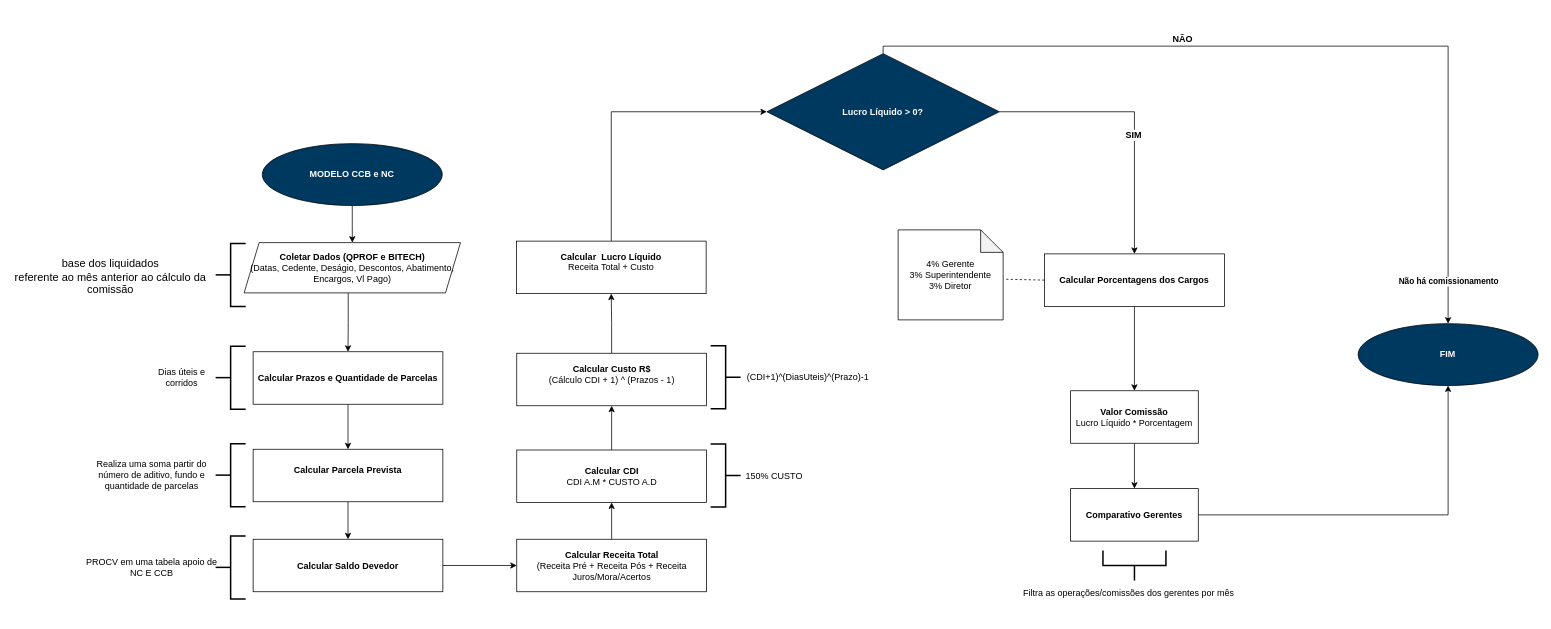
Earlier version of the draw.io diagram page "CCB E NC" (2 of 4) of FLUXOGRAMAS.drawio (henriquelima0/exercicios-fiap). Source tidied: cells renumbered, new cells numbered last; positions are measured from the earlier drawing's top-left corner, leaving out a move shared by most shapes. Both pictures are drawn from the tidied source at 75%, with x=0, y=0 at pixel (13, 46).
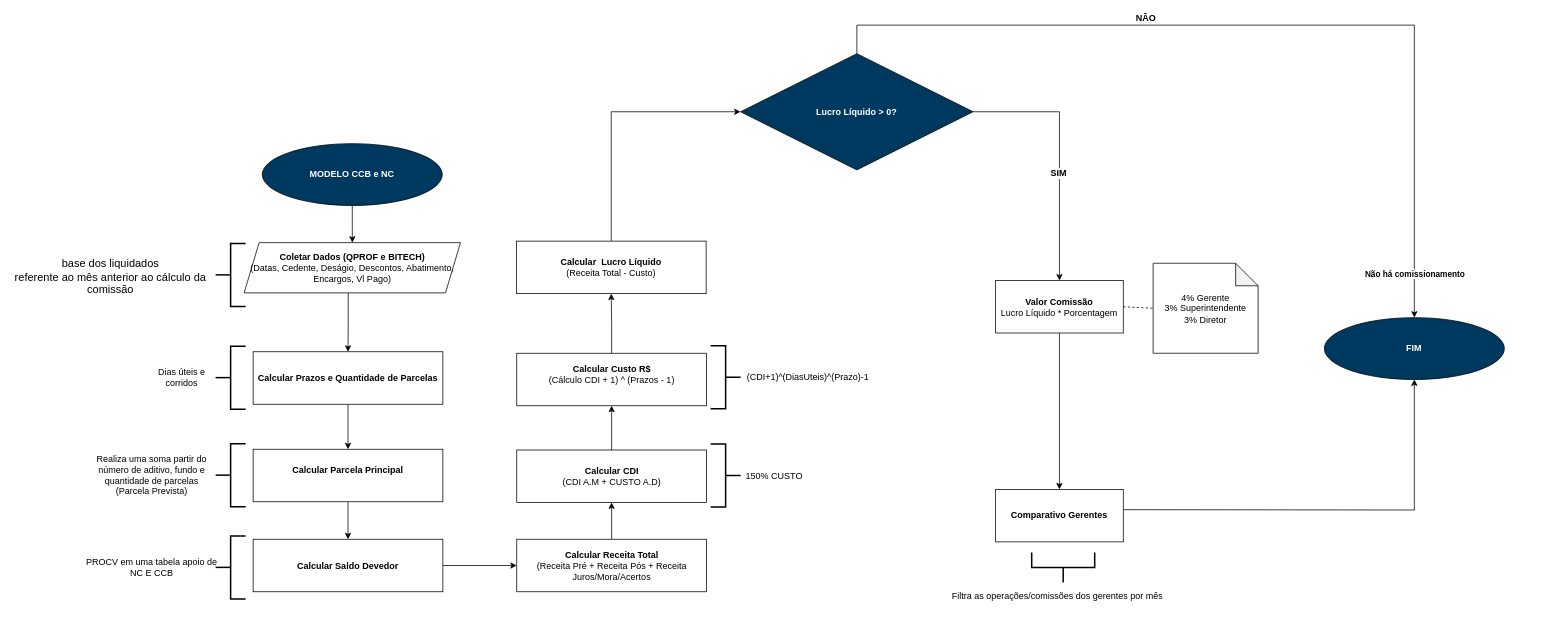
The same page after the edit.

Change to the diagram source:
```diff
@@
-    <mxCell id="5" value="Realiza uma soma partir do número de aditivo, fundo e quantidade de parcelas" style="text;html=1;align=center;verticalAlign=middle;whiteSpace=wrap;rounded=0;" parent="1" vertex="1">
+    <mxCell id="5" value="Realiza uma soma partir do número de aditivo, fundo e quantidade de parcelas&lt;br&gt;(Parcela Prevista)" style="text;html=1;align=center;verticalAlign=middle;whiteSpace=wrap;rounded=0;" parent="1" vertex="1">
       <mxGeometry x="90" y="539" width="190" height="66" as="geometry" />
     </mxCell>
@@
-    <mxCell id="13" value="&lt;b&gt;Calcular&amp;nbsp;&lt;/b&gt;&lt;b&gt;Parcela Prevista&lt;/b&gt;&lt;div&gt;&lt;br&gt;&lt;/div&gt;" style="rounded=0;whiteSpace=wrap;html=1;" parent="1" vertex="1">
+    <mxCell id="13" value="&lt;b&gt;Calcular&amp;nbsp;&lt;/b&gt;&lt;b&gt;Parcela Principal&lt;/b&gt;&lt;div&gt;&lt;br&gt;&lt;/div&gt;" style="rounded=0;whiteSpace=wrap;html=1;" parent="1" vertex="1">
       <mxGeometry x="320" y="537.5" width="253" height="70" as="geometry" />
     </mxCell>
@@
-    <mxCell id="17" value="&lt;b&gt;Calcular&amp;nbsp;&lt;/b&gt;&lt;b&gt;CDI&lt;/b&gt;&lt;div&gt;CDI A.M * CUSTO A.D&lt;/div&gt;" style="rounded=0;whiteSpace=wrap;html=1;" parent="1" vertex="1">
+    <mxCell id="17" value="&lt;b&gt;Calcular CDI&lt;br&gt;&lt;/b&gt;(CDI A.M + CUSTO A.D)" style="rounded=0;whiteSpace=wrap;html=1;" parent="1" vertex="1">
       <mxGeometry x="671.5" y="538.5" width="253" height="70" as="geometry" />
     </mxCell>
@@
     <mxCell id="22" style="edgeStyle=orthogonalEdgeStyle;rounded=0;jettySize=auto;html=1;entryX=0.5;entryY=0;entryDx=0;entryDy=0;exitX=0.5;exitY=0;exitDx=0;exitDy=0;" parent="1" edge="1" source="27" target="34">
       <mxGeometry relative="1" as="geometry">
         <Array as="points">
-          <mxPoint x="1160" />
-          <mxPoint x="1913" />
+          <mxPoint x="1125" y="-28" />
+          <mxPoint x="1868" y="-28" />
         </Array>
       </mxGeometry>
     </mxCell>
@@
-    <mxCell id="25" style="edgeStyle=orthogonalEdgeStyle;rounded=0;jettySize=auto;html=1;exitX=1;exitY=0.5;exitDx=0;exitDy=0;entryX=0.5;entryY=0;entryDx=0;entryDy=0;" parent="1" edge="1" source="27" target="45">
+    <mxCell id="25" style="edgeStyle=orthogonalEdgeStyle;rounded=0;jettySize=auto;html=1;exitX=1;exitY=0.5;exitDx=0;exitDy=0;entryX=0.5;entryY=0;entryDx=0;entryDy=0;" parent="1" edge="1" source="27" target="36">
       <mxGeometry relative="1" as="geometry" />
     </mxCell>
@@
     <mxCell id="27" value="&lt;font color=&quot;#ffffff&quot;&gt;&lt;b&gt;Lucro Líquido &amp;gt; 0?&lt;/b&gt;&lt;/font&gt;" style="rhombus;whiteSpace=wrap;html=1;fillColor=#003960;" parent="1" vertex="1">
-      <mxGeometry x="1005" y="10" width="310" height="155" as="geometry" />
+      <mxGeometry x="970" y="10" width="310" height="155" as="geometry" />
     </mxCell>
@@
-    <mxCell id="29" value="&lt;b&gt;Calcular&amp;nbsp;&amp;nbsp;&lt;/b&gt;&lt;b&gt;Lucro Líquido&lt;br&gt;&lt;/b&gt;Receita Total + Custo&lt;div&gt;&lt;br&gt;&lt;/div&gt;" style="rounded=0;whiteSpace=wrap;html=1;" parent="1" vertex="1">
+    <mxCell id="29" value="&lt;b&gt;Calcular&amp;nbsp;&amp;nbsp;&lt;/b&gt;&lt;b&gt;Lucro Líquido&lt;br&gt;&lt;/b&gt;(Receita Total -&amp;nbsp;&lt;span style=&quot;background-color: initial;&quot;&gt;Custo)&lt;/span&gt;" style="rounded=0;whiteSpace=wrap;html=1;" parent="1" vertex="1">
       <mxGeometry x="671" y="260" width="253" height="70" as="geometry" />
     </mxCell>
@@
     <mxCell id="34" value="&lt;b&gt;&lt;font color=&quot;#ffffff&quot;&gt;FIM&lt;/font&gt;&lt;/b&gt;" style="ellipse;whiteSpace=wrap;html=1;fillColor=#003960;" parent="1" vertex="1">
-      <mxGeometry x="1793.3" y="370" width="240" height="82.5" as="geometry" />
+      <mxGeometry x="1748.3" y="362" width="240" height="82.5" as="geometry" />
     </mxCell>
@@
     <mxCell id="36" value="&lt;b&gt;Valor Comissão&lt;/b&gt;&lt;br&gt;Lucro Líquido * Porcentagem" style="rounded=0;whiteSpace=wrap;html=1;" parent="1" vertex="1">
-      <mxGeometry x="1410" y="459.5" width="170.2" height="70" as="geometry" />
+      <mxGeometry x="1310" y="312.5" width="170.2" height="70" as="geometry" />
     </mxCell>
-    <mxCell id="37" style="edgeStyle=orthogonalEdgeStyle;rounded=0;jettySize=auto;html=1;entryX=0.5;entryY=1;entryDx=0;entryDy=0;" parent="1" edge="1" source="38" target="34">
-      <mxGeometry relative="1" as="geometry" />
+    <mxCell id="37" style="edgeStyle=orthogonalEdgeStyle;rounded=0;jettySize=auto;html=1;entryX=0.5;entryY=1;entryDx=0;entryDy=0;" parent="1" edge="1" target="34">
+      <mxGeometry relative="1" as="geometry">
+        <mxPoint x="1435.2" y="618" as="sourcePoint" />
+      </mxGeometry>
     </mxCell>
     <mxCell id="38" value="&lt;b&gt;Comparativo Gerentes&lt;/b&gt;" style="rounded=0;whiteSpace=wrap;html=1;" parent="1" vertex="1">
-      <mxGeometry x="1410" y="590" width="170.2" height="70" as="geometry" />
+      <mxGeometry x="1310" y="591" width="170.2" height="70" as="geometry" />
     </mxCell>
@@
     <mxCell id="41" value="&lt;h1 style=&quot;margin-top: 0px;&quot;&gt;&lt;span style=&quot;font-size: 12px; font-weight: 400;&quot;&gt;Filtra as operações/comissões dos gerentes por mês&lt;/span&gt;&lt;/h1&gt;" style="text;html=1;whiteSpace=wrap;overflow=hidden;rounded=0;" parent="1" vertex="1">
-      <mxGeometry x="1345" y="705" width="340" height="50" as="geometry" />
+      <mxGeometry x="1250" y="707.5" width="340" height="50" as="geometry" />
     </mxCell>
@@
     <mxCell id="43" style="strokeWidth=2;html=1;shape=mxgraph.flowchart.annotation_2;align=left;labelPosition=right;direction=west;fillColor=#003960;rotation=90;" parent="1" vertex="1">
-      <mxGeometry x="1475.1" y="650.5" width="40" height="84" as="geometry" />
+      <mxGeometry x="1380.1" y="653" width="40" height="84" as="geometry" />
     </mxCell>
-    <mxCell id="44" style="edgeStyle=orthogonalEdgeStyle;rounded=0;jettySize=auto;html=1;entryX=0.5;entryY=0;entryDx=0;entryDy=0;" parent="1" edge="1" source="45" target="36">
-      <mxGeometry relative="1" as="geometry" />
-    </mxCell>
-    <mxCell id="45" value="&lt;b&gt;Calcular Porcentagens dos Cargos&lt;/b&gt;" style="rounded=0;whiteSpace=wrap;html=1;" parent="1" vertex="1">
-      <mxGeometry x="1375.1" y="277" width="240" height="70" as="geometry" />
-    </mxCell>
     <mxCell id="46" value="&lt;div&gt;4% Gerente&lt;br&gt;3% Superintendente&lt;/div&gt;3% Diretor" style="shape=note;whiteSpace=wrap;html=1;backgroundOutline=1;darkOpacity=0.05;" parent="1" vertex="1">
-      <mxGeometry x="1180" y="245" width="140" height="120" as="geometry" />
+      <mxGeometry x="1520" y="289.5" width="140" height="120" as="geometry" />
     </mxCell>
-    <mxCell id="47" style="endArrow=none;dashed=1;html=1;rounded=0;entryX=1.007;entryY=0.548;entryDx=0;entryDy=0;entryPerimeter=0;exitX=0;exitY=0.5;exitDx=0;exitDy=0;" parent="1" edge="1" source="45" target="46">
+    <mxCell id="47" style="endArrow=none;dashed=1;html=1;rounded=0;entryX=0;entryY=0.5;entryDx=0;entryDy=0;entryPerimeter=0;exitX=1;exitY=0.5;exitDx=0;exitDy=0;" parent="1" edge="1" source="36" target="46">
       <mxGeometry relative="1" as="geometry" />
     </mxCell>
```
